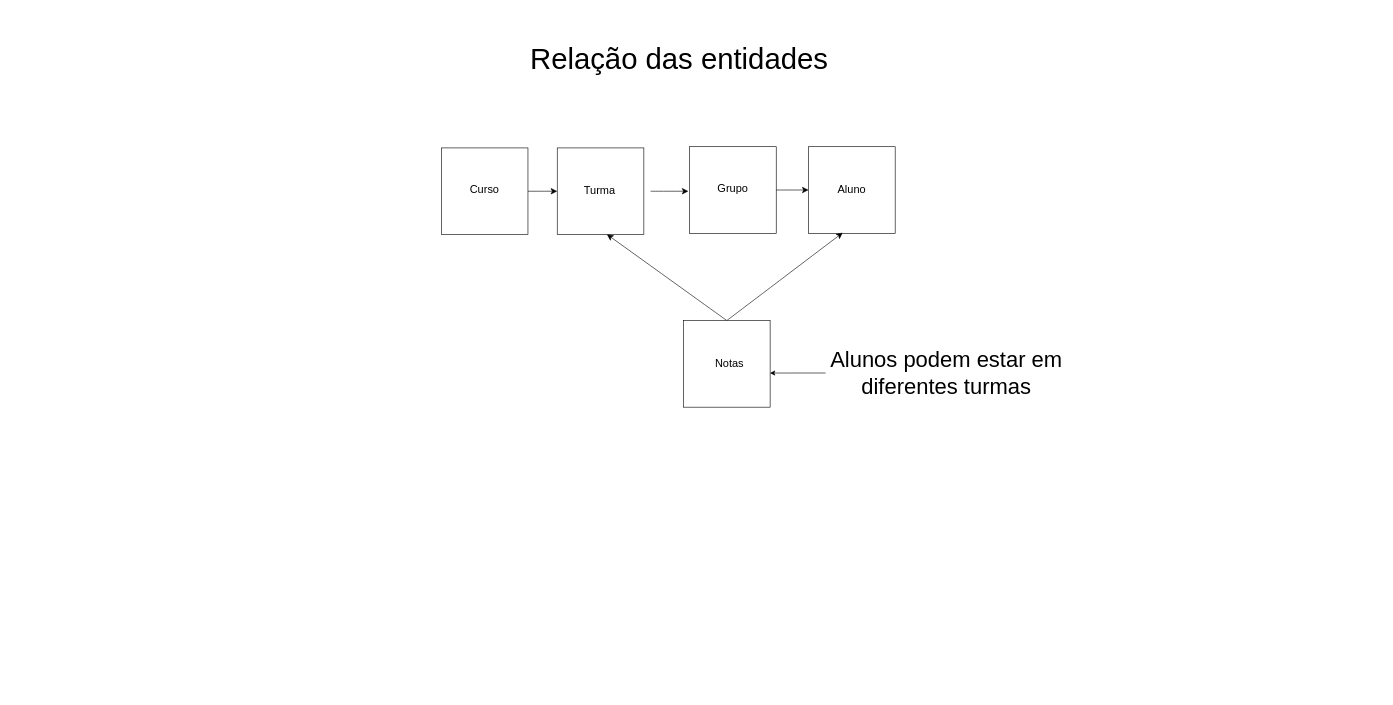
This is page "Relação de entidade" (1 of 4) of TeamBee_API.drawio from MateusMSoares/RepositorioTeste, a draw.io file, before an edit. Source tidied: cells renumbered, new cells numbered last; positions are measured from the earlier drawing's top-left corner, leaving out a move shared by most shapes. Both pictures are drawn from the tidied source at 61%, with x=0, y=0 at pixel (441, 18).
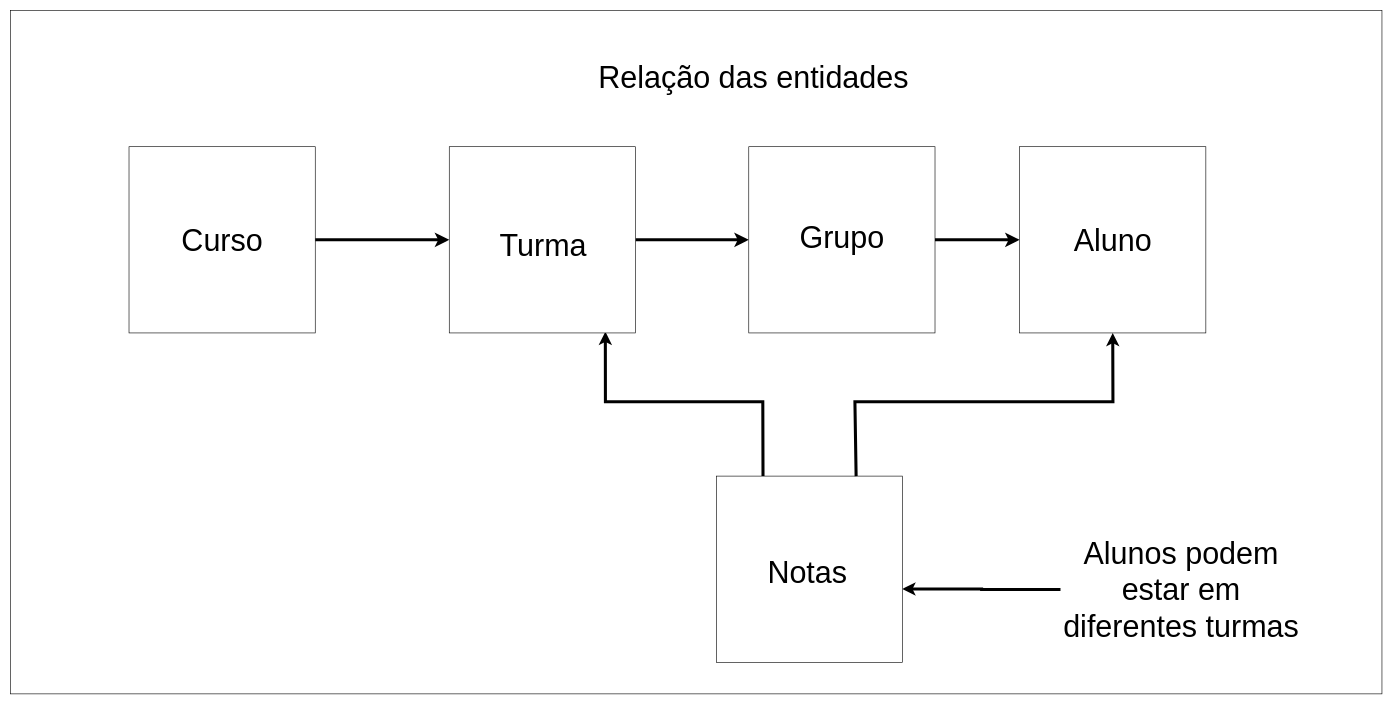
After the change.

Commit message:
Testes de formatação relaçao de entidades

Diff of the diagram source:
```diff
@@
+    <mxCell id="25" style="whiteSpace=wrap;html=1;" parent="1" vertex="1">
+      <mxGeometry x="-706" y="-12" width="2248" height="1120" as="geometry" />
+    </mxCell>
-    <mxCell id="2" style="endArrow=classic;html=1;rounded=0;fontSize=12;startSize=8;endSize=8;curved=1;exitX=0.873;exitY=0.5;exitDx=0;exitDy=0;exitPerimeter=0;entryX=0;entryY=0.5;entryDx=0;entryDy=0;" parent="1" edge="1" source="4" target="8">
+    <mxCell id="2" style="endArrow=classic;html=1;rounded=0;fontSize=12;startSize=8;endSize=8;curved=1;exitX=0.873;exitY=0.5;exitDx=0;exitDy=0;exitPerimeter=0;entryX=0;entryY=0.5;entryDx=0;entryDy=0;strokeWidth=5;" parent="1" edge="1" source="4" target="8">
       <mxGeometry relative="1" as="geometry" />
     </mxCell>
-    <mxCell id="3" style="group;" parent="1" vertex="1">
-      <mxGeometry y="213" width="142" height="142" as="geometry" />
-    </mxCell>
+    <mxCell id="6" style="endArrow=classic;html=1;rounded=0;fontSize=12;startSize=8;endSize=8;curved=1;strokeWidth=5;exitX=1;exitY=0.5;exitDx=0;exitDy=0;entryX=0;entryY=0.5;entryDx=0;entryDy=0;" parent="1" edge="1" source="8" target="12">
+      <mxGeometry relative="1" as="geometry" />
+    </mxCell>
+    <mxCell id="10" style="endArrow=classic;html=1;rounded=0;fontSize=12;startSize=8;endSize=8;curved=1;exitX=0.873;exitY=0.5;exitDx=0;exitDy=0;exitPerimeter=0;entryX=0;entryY=0.5;entryDx=0;entryDy=0;strokeWidth=5;" parent="1" edge="1" source="12" target="15">
+      <mxGeometry relative="1" as="geometry" />
+    </mxCell>
+    <mxCell id="19" value="&lt;font style=&quot;font-size: 50px;&quot;&gt;Relação das entidades&lt;/font&gt;" style="text;html=1;strokeColor=none;fillColor=none;align=center;verticalAlign=middle;whiteSpace=wrap;rounded=0;fontSize=40;" parent="1" vertex="1">
+      <mxGeometry x="235" y="43" width="554" height="110" as="geometry" />
+    </mxCell>
+    <mxCell id="23" style="edgeStyle=orthogonalEdgeStyle;rounded=0;jettySize=auto;html=1;entryX=0.998;entryY=0.606;entryDx=0;entryDy=0;entryPerimeter=0;strokeWidth=5;" parent="1" edge="1" source="24" target="21">
+      <mxGeometry relative="1" as="geometry" />
+    </mxCell>
+    <mxCell id="24" value="&lt;font style=&quot;font-size: 50px;&quot;&gt;Alunos podem estar em diferentes turmas&lt;/font&gt;" style="text;html=1;strokeColor=none;fillColor=none;align=center;verticalAlign=middle;whiteSpace=wrap;rounded=0;fontSize=40;" parent="1" vertex="1">
+      <mxGeometry x="1015" y="828" width="396" height="218" as="geometry" />
+    </mxCell>
+    <mxCell id="18" style="edgeStyle=none;jettySize=auto;html=1;rounded=0;entryX=0.838;entryY=0.993;entryDx=0;entryDy=0;entryPerimeter=0;exitX=0.25;exitY=0;exitDx=0;exitDy=0;strokeWidth=5;" parent="1" edge="1" source="21" target="8">
+      <mxGeometry relative="1" as="geometry">
+        <Array as="points">
+          <mxPoint x="527" y="629" />
+          <mxPoint x="269" y="629" />
+        </Array>
+      </mxGeometry>
+    </mxCell>
+    <mxCell id="26" style="group;" parent="1" vertex="1">
+      <mxGeometry x="451" y="751" width="305.3" height="305.3" as="geometry" />
+    </mxCell>
+    <mxCell id="21" style="whiteSpace=wrap;html=1;fontSize=16;" parent="26" vertex="1">
+      <mxGeometry width="305.3" height="305.3" as="geometry" />
+    </mxCell>
+    <mxCell id="22" value="&lt;span style=&quot;color: rgb(0, 0, 0); font-family: Helvetica; font-style: normal; font-variant-ligatures: normal; font-variant-caps: normal; font-weight: 400; letter-spacing: normal; orphans: 2; text-align: center; text-indent: 0px; text-transform: none; widows: 2; word-spacing: 0px; -webkit-text-stroke-width: 0px; background-color: rgb(255, 255, 255); text-decoration-thickness: initial; text-decoration-style: initial; text-decoration-color: initial; float: none; display: inline !important;&quot;&gt;&lt;font style=&quot;font-size: 50px;&quot;&gt;Notas&lt;/font&gt;&lt;/span&gt;" style="text;whiteSpace=wrap;html=1;fontSize=40;" parent="26" vertex="1">
+      <mxGeometry x="82" y="122" width="103.6" height="54" as="geometry" />
+    </mxCell>
+    <mxCell id="27" style="group;" parent="1" vertex="1">
+      <mxGeometry x="-512" y="211" width="305.3" height="305.3" as="geometry" />
+    </mxCell>
-    <mxCell id="4" style="whiteSpace=wrap;html=1;fontSize=16;" parent="3" vertex="1">
-      <mxGeometry width="142" height="142" as="geometry" />
+    <mxCell id="4" style="whiteSpace=wrap;html=1;fontSize=16;" parent="27" vertex="1">
+      <mxGeometry width="305.3" height="305.3" as="geometry" />
     </mxCell>
-    <mxCell id="5" value="&lt;font style=&quot;font-size: 18px;&quot;&gt;Curso&lt;/font&gt;" style="text;html=1;strokeColor=none;fillColor=none;align=center;verticalAlign=middle;whiteSpace=wrap;rounded=0;" parent="3" vertex="1">
-      <mxGeometry x="41" y="53" width="60" height="30" as="geometry" />
+    <mxCell id="5" value="&lt;font style=&quot;font-size: 50px;&quot;&gt;Curso&lt;/font&gt;" style="text;html=1;strokeColor=none;fillColor=none;align=center;verticalAlign=middle;whiteSpace=wrap;rounded=0;fontSize=40;" parent="27" vertex="1">
+      <mxGeometry x="100.9" y="125.7" width="103.6" height="54" as="geometry" />
     </mxCell>
-    <mxCell id="6" style="endArrow=classic;html=1;rounded=0;fontSize=12;startSize=8;endSize=8;curved=1;" parent="1" edge="1">
-      <mxGeometry relative="1" as="geometry">
-        <mxPoint x="343" y="284" as="sourcePoint" />
-        <mxPoint x="405" y="284" as="targetPoint" />
-      </mxGeometry>
-    </mxCell>
-    <mxCell id="7" style="group;" parent="1" vertex="1">
-      <mxGeometry x="190" y="213" width="142" height="142" as="geometry" />
-    </mxCell>
+    <mxCell id="28" style="group;" parent="1" vertex="1">
+      <mxGeometry x="13" y="211" width="305.3" height="305.3" as="geometry" />
+    </mxCell>
+    <mxCell id="29" style="group;" parent="28" vertex="1">
+      <mxGeometry width="305.3" height="305.3" as="geometry" />
+    </mxCell>
-    <mxCell id="8" style="whiteSpace=wrap;html=1;fontSize=16;" parent="7" vertex="1">
-      <mxGeometry width="142" height="142" as="geometry" />
+    <mxCell id="8" style="whiteSpace=wrap;html=1;fontSize=16;" parent="29" vertex="1">
+      <mxGeometry width="305.3" height="305.3" as="geometry" />
     </mxCell>
-    <mxCell id="9" value="&lt;span style=&quot;color: rgb(0, 0, 0); font-family: Helvetica; font-style: normal; font-variant-ligatures: normal; font-variant-caps: normal; font-weight: 400; letter-spacing: normal; orphans: 2; text-align: center; text-indent: 0px; text-transform: none; widows: 2; word-spacing: 0px; -webkit-text-stroke-width: 0px; background-color: rgb(255, 255, 255); text-decoration-thickness: initial; text-decoration-style: initial; text-decoration-color: initial; float: none; display: inline !important;&quot;&gt;&lt;font style=&quot;font-size: 18px;&quot;&gt;Turma&lt;/font&gt;&lt;/span&gt;" style="text;whiteSpace=wrap;html=1;" parent="7" vertex="1">
-      <mxGeometry x="42.4" y="53" width="57.2" height="36" as="geometry" />
+    <mxCell id="9" value="&lt;span style=&quot;color: rgb(0, 0, 0); font-family: Helvetica; font-style: normal; font-variant-ligatures: normal; font-variant-caps: normal; font-weight: 400; letter-spacing: normal; orphans: 2; text-align: center; text-indent: 0px; text-transform: none; widows: 2; word-spacing: 0px; -webkit-text-stroke-width: 0px; background-color: rgb(255, 255, 255); text-decoration-thickness: initial; text-decoration-style: initial; text-decoration-color: initial; float: none; display: inline !important;&quot;&gt;&lt;font style=&quot;font-size: 50px;&quot;&gt;Turma&lt;/font&gt;&lt;/span&gt;" style="text;whiteSpace=wrap;html=1;fontSize=40;" parent="29" vertex="1">
+      <mxGeometry x="81" y="125.7" width="103.6" height="54" as="geometry" />
     </mxCell>
-    <mxCell id="10" style="endArrow=classic;html=1;rounded=0;fontSize=12;startSize=8;endSize=8;curved=1;exitX=0.873;exitY=0.5;exitDx=0;exitDy=0;exitPerimeter=0;entryX=0;entryY=0.5;entryDx=0;entryDy=0;" parent="1" edge="1" source="12" target="15">
-      <mxGeometry relative="1" as="geometry" />
-    </mxCell>
-    <mxCell id="11" style="group;" parent="1" vertex="1">
-      <mxGeometry x="407" y="211" width="142" height="142" as="geometry" />
-    </mxCell>
+    <mxCell id="17" style="edgeStyle=none;jettySize=auto;html=1;rounded=0;exitX=0.75;exitY=0;exitDx=0;exitDy=0;entryX=0.5;entryY=1;entryDx=0;entryDy=0;strokeWidth=5;" parent="1" edge="1" source="21" target="15">
+      <mxGeometry relative="1" as="geometry">
+        <Array as="points">
+          <mxPoint x="678" y="629" />
+          <mxPoint x="1101" y="629" />
+        </Array>
+      </mxGeometry>
+    </mxCell>
+    <mxCell id="30" style="group;" parent="1" vertex="1">
+      <mxGeometry x="948" y="211" width="305.3" height="305.3" as="geometry" />
+    </mxCell>
+    <mxCell id="15" style="whiteSpace=wrap;html=1;fontSize=16;" parent="30" vertex="1">
+      <mxGeometry width="305.3" height="305.3" as="geometry" />
+    </mxCell>
+    <mxCell id="16" value="&lt;font style=&quot;font-size: 50px;&quot;&gt;Aluno&lt;/font&gt;" style="text;html=1;strokeColor=none;fillColor=default;align=center;verticalAlign=middle;whiteSpace=wrap;rounded=0;fontSize=40;" parent="30" vertex="1">
+      <mxGeometry x="100.9" y="125.7" width="103.6" height="54" as="geometry" />
+    </mxCell>
+    <mxCell id="31" style="group;" parent="1" vertex="1">
+      <mxGeometry x="504" y="211" width="305.3" height="305.3" as="geometry" />
+    </mxCell>
-    <mxCell id="12" style="whiteSpace=wrap;html=1;fontSize=16;" parent="11" vertex="1">
-      <mxGeometry width="142" height="142" as="geometry" />
+    <mxCell id="12" style="whiteSpace=wrap;html=1;fontSize=16;" parent="31" vertex="1">
+      <mxGeometry width="305.3" height="305.3" as="geometry" />
     </mxCell>
-    <mxCell id="13" value="&lt;font style=&quot;font-size: 18px;&quot;&gt;Grupo&lt;/font&gt;" style="text;html=1;strokeColor=none;fillColor=none;align=center;verticalAlign=middle;whiteSpace=wrap;rounded=0;" parent="11" vertex="1">
-      <mxGeometry x="41" y="53" width="60" height="30" as="geometry" />
+    <mxCell id="13" value="&lt;font style=&quot;font-size: 50px;&quot;&gt;Grupo&lt;/font&gt;" style="text;html=1;strokeColor=none;fillColor=none;align=center;verticalAlign=middle;whiteSpace=wrap;rounded=0;fontSize=40;" parent="31" vertex="1">
+      <mxGeometry x="100.9" y="121.3" width="103.6" height="54" as="geometry" />
     </mxCell>
-    <mxCell id="14" style="group;" parent="1" vertex="1">
-      <mxGeometry x="602" y="211" width="142" height="142" as="geometry" />
-    </mxCell>
-    <mxCell id="15" style="whiteSpace=wrap;html=1;fontSize=16;" parent="14" vertex="1">
-      <mxGeometry width="142" height="142" as="geometry" />
-    </mxCell>
-    <mxCell id="16" value="&lt;font style=&quot;font-size: 18px;&quot;&gt;Aluno&lt;/font&gt;" style="text;html=1;strokeColor=none;fillColor=default;align=center;verticalAlign=middle;whiteSpace=wrap;rounded=0;" parent="14" vertex="1">
-      <mxGeometry x="41" y="56" width="60" height="30" as="geometry" />
-    </mxCell>
-    <mxCell id="17" style="endArrow=classic;html=1;rounded=0;fontSize=12;startSize=8;endSize=8;curved=1;exitX=0.5;exitY=0;exitDx=0;exitDy=0;entryX=0.394;entryY=0.993;entryDx=0;entryDy=0;entryPerimeter=0;" parent="1" edge="1" source="21" target="15">
-      <mxGeometry relative="1" as="geometry" />
-    </mxCell>
-    <mxCell id="18" style="endArrow=classic;html=1;rounded=0;fontSize=12;startSize=8;endSize=8;curved=1;exitX=0.5;exitY=0;exitDx=0;exitDy=0;entryX=0.574;entryY=0.998;entryDx=0;entryDy=0;entryPerimeter=0;" parent="1" edge="1" source="21" target="8">
-      <mxGeometry relative="1" as="geometry" />
-    </mxCell>
-    <mxCell id="19" value="&lt;font style=&quot;font-size: 48px;&quot;&gt;Relação das entidades&lt;/font&gt;" style="text;html=1;strokeColor=none;fillColor=none;align=center;verticalAlign=middle;whiteSpace=wrap;rounded=0;" parent="1" vertex="1">
-      <mxGeometry x="133" width="514" height="134" as="geometry" />
-    </mxCell>
-    <mxCell id="20" style="group;" parent="1" vertex="1">
-      <mxGeometry x="397" y="496" width="142" height="142" as="geometry" />
-    </mxCell>
-    <mxCell id="21" style="whiteSpace=wrap;html=1;fontSize=16;" parent="20" vertex="1">
-      <mxGeometry width="142" height="142" as="geometry" />
-    </mxCell>
-    <mxCell id="22" value="&lt;span style=&quot;color: rgb(0, 0, 0); font-family: Helvetica; font-style: normal; font-variant-ligatures: normal; font-variant-caps: normal; font-weight: 400; letter-spacing: normal; orphans: 2; text-align: center; text-indent: 0px; text-transform: none; widows: 2; word-spacing: 0px; -webkit-text-stroke-width: 0px; background-color: rgb(255, 255, 255); text-decoration-thickness: initial; text-decoration-style: initial; text-decoration-color: initial; float: none; display: inline !important;&quot;&gt;&lt;font style=&quot;font-size: 18px;&quot;&gt;Notas&lt;/font&gt;&lt;/span&gt;" style="text;whiteSpace=wrap;html=1;" parent="20" vertex="1">
-      <mxGeometry x="50" y="53" width="42" height="36" as="geometry" />
-    </mxCell>
-    <mxCell id="23" style="edgeStyle=orthogonalEdgeStyle;rounded=0;jettySize=auto;html=1;entryX=0.998;entryY=0.606;entryDx=0;entryDy=0;entryPerimeter=0;" parent="1" edge="1" source="24" target="21">
-      <mxGeometry relative="1" as="geometry" />
-    </mxCell>
-    <mxCell id="24" value="&lt;font style=&quot;font-size: 36px;&quot;&gt;Alunos podem estar em diferentes turmas&lt;/font&gt;" style="text;html=1;strokeColor=none;fillColor=none;align=center;verticalAlign=middle;whiteSpace=wrap;rounded=0;" parent="1" vertex="1">
-      <mxGeometry x="630" y="473" width="396" height="218" as="geometry" />
-    </mxCell>
```
